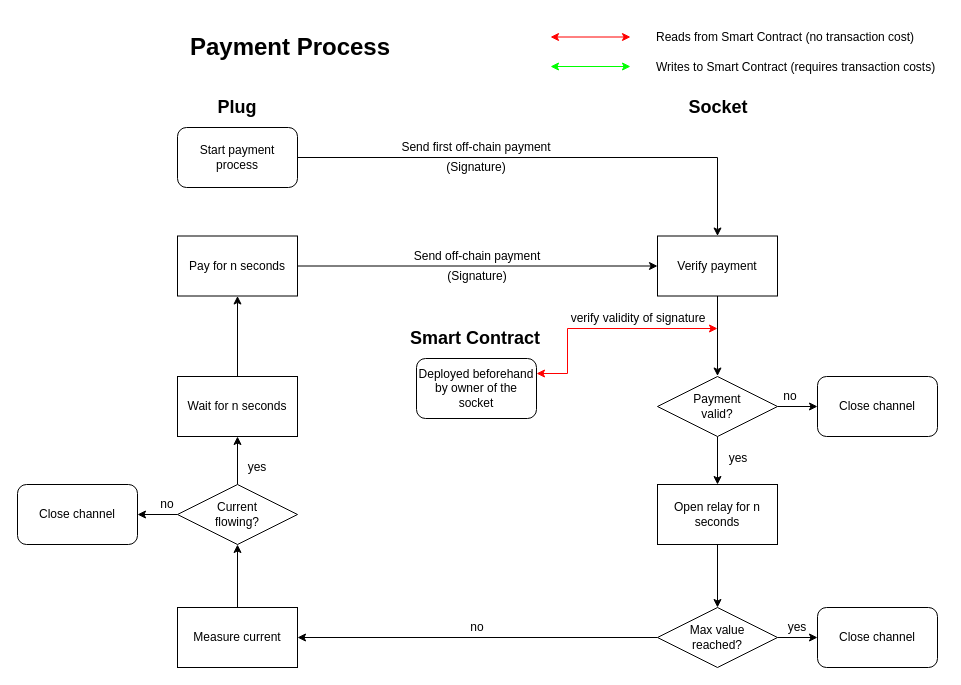
gretzke/Blockchain-Based-Smart-Outlet keeps this draw.io diagram as page "payment_process" (3 of 4) of flowcharts/Plug-Socket.drawio. Above is the earlier version. Source tidied: cells renumbered, new cells numbered last; positions are measured from the earlier drawing's top-left corner, leaving out a move shared by most shapes. Both pictures are drawn from the tidied source at 100%, with x=0, y=0 at pixel (17, 27).
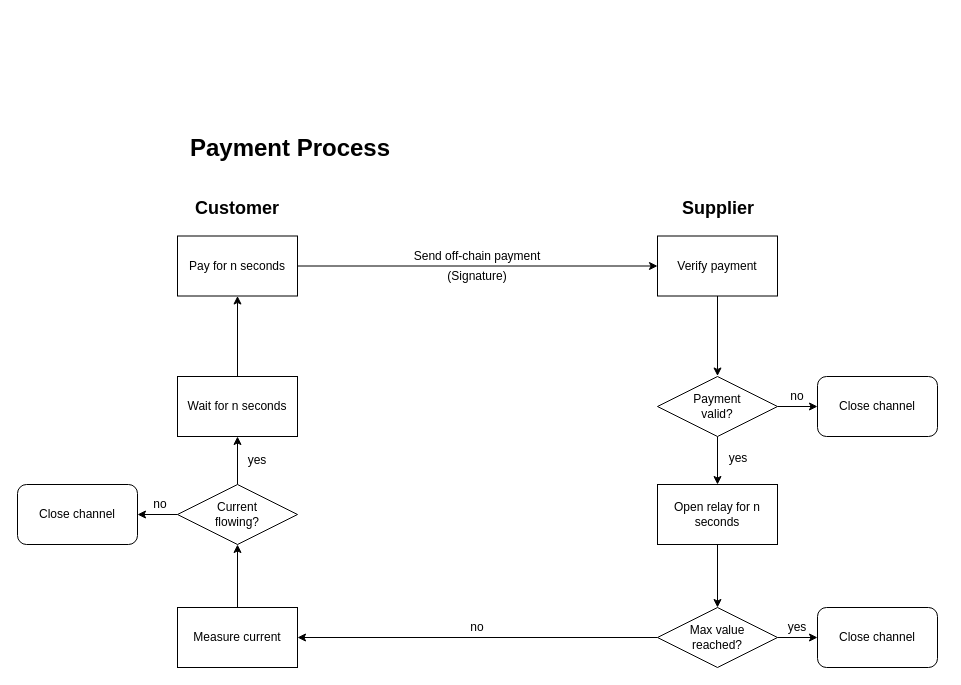
After the change.

The change refers to these unchanged cells:
```xml
<mxCell id="10" value="Verify payment" style="rounded=0;whiteSpace=wrap;html=1;" parent="1" vertex="1">
  <mxGeometry x="640" y="208.5" width="120" height="60" as="geometry" />
</mxCell>
```

The edit, as a diff of the source:
```diff
@@
-    <mxCell id="8" style="edgeStyle=orthogonalEdgeStyle;rounded=0;jettySize=auto;html=1;entryX=1;entryY=0.25;entryDx=0;entryDy=0;strokeColor=#FF0000;startArrow=classic;startFill=1;" parent="1" edge="1" target="15">
-      <mxGeometry relative="1" as="geometry">
-        <mxPoint x="700" y="301" as="sourcePoint" />
-        <Array as="points">
-          <mxPoint x="550" y="301" />
-          <mxPoint x="550" y="346" />
-        </Array>
-      </mxGeometry>
-    </mxCell>
@@
-    <mxCell id="12" value="&lt;b&gt;&lt;font style=&quot;font-size: 18px&quot;&gt;Plug&lt;/font&gt;&lt;/b&gt;&lt;br&gt;" style="text;html=1;strokeColor=none;fillColor=none;align=center;verticalAlign=middle;whiteSpace=wrap;rounded=0;" parent="1" vertex="1">
-      <mxGeometry x="200" y="70" width="40" height="20" as="geometry" />
+    <mxCell id="12" value="&lt;b&gt;&lt;font style=&quot;font-size: 18px&quot;&gt;Customer&lt;/font&gt;&lt;/b&gt;&lt;br&gt;" style="text;html=1;strokeColor=none;fillColor=none;align=center;verticalAlign=middle;whiteSpace=wrap;rounded=0;" parent="1" vertex="1">
+      <mxGeometry x="200" y="171" width="40" height="20" as="geometry" />
     </mxCell>
-    <mxCell id="13" style="edgeStyle=orthogonalEdgeStyle;rounded=0;jettySize=auto;html=1;exitX=1;exitY=0.5;exitDx=0;exitDy=0;entryX=0.5;entryY=0;entryDx=0;entryDy=0;strokeColor=#000000;" parent="1" edge="1" source="14" target="10">
-      <mxGeometry relative="1" as="geometry" />
-    </mxCell>
-    <mxCell id="14" value="Start payment process&lt;br&gt;" style="rounded=1;whiteSpace=wrap;html=1;" parent="1" vertex="1">
-      <mxGeometry x="160" y="100" width="120" height="60" as="geometry" />
-    </mxCell>
-    <mxCell id="15" value="Deployed beforehand by owner of the socket&lt;br&gt;" style="rounded=1;whiteSpace=wrap;html=1;" parent="1" vertex="1">
-      <mxGeometry x="399" y="331" width="120" height="60" as="geometry" />
-    </mxCell>
-    <mxCell id="16" value="&lt;font style=&quot;font-size: 18px&quot;&gt;&lt;b&gt;Smart Contract&lt;/b&gt;&lt;/font&gt;" style="text;html=1;strokeColor=none;fillColor=none;align=center;verticalAlign=middle;whiteSpace=wrap;rounded=0;" parent="1" vertex="1">
-      <mxGeometry x="383" y="301" width="150" height="20" as="geometry" />
-    </mxCell>
     <mxCell id="17" value="&lt;h1&gt;Payment Process&lt;/h1&gt;" style="text;html=1;strokeColor=none;fillColor=none;align=center;verticalAlign=middle;whiteSpace=wrap;rounded=0;" parent="1" vertex="1">
-      <mxGeometry x="160" y="10" width="226" height="20" as="geometry" />
+      <mxGeometry x="160" y="111" width="226" height="20" as="geometry" />
     </mxCell>
-    <mxCell id="18" value="verify validity of signature" style="text;html=1;strokeColor=none;fillColor=none;align=center;verticalAlign=middle;whiteSpace=wrap;rounded=0;" parent="1" vertex="1">
-      <mxGeometry x="546" y="281" width="150" height="20" as="geometry" />
-    </mxCell>
@@
-    <mxCell id="27" value="Send first off-chain payment" style="text;html=1;strokeColor=none;fillColor=none;align=center;verticalAlign=middle;whiteSpace=wrap;rounded=0;" parent="1" vertex="1">
-      <mxGeometry x="376" y="110" width="166" height="20" as="geometry" />
-    </mxCell>
-    <mxCell id="28" value="(Signature)" style="text;html=1;strokeColor=none;fillColor=none;align=center;verticalAlign=middle;whiteSpace=wrap;rounded=0;" parent="1" vertex="1">
-      <mxGeometry x="439" y="130" width="40" height="20" as="geometry" />
-    </mxCell>
@@
     <mxCell id="34" value="yes" style="text;html=1;strokeColor=none;fillColor=none;align=center;verticalAlign=middle;whiteSpace=wrap;rounded=0;" parent="1" vertex="1">
-      <mxGeometry x="220" y="430" width="40" height="20" as="geometry" />
+      <mxGeometry x="220" y="423" width="40" height="20" as="geometry" />
     </mxCell>
@@
     <mxCell id="40" value="no" style="text;html=1;strokeColor=none;fillColor=none;align=center;verticalAlign=middle;whiteSpace=wrap;rounded=0;" parent="1" vertex="1">
-      <mxGeometry x="130" y="467" width="40" height="20" as="geometry" />
+      <mxGeometry x="123" y="467" width="40" height="20" as="geometry" />
     </mxCell>
     <mxCell id="41" value="no" style="text;html=1;strokeColor=none;fillColor=none;align=center;verticalAlign=middle;whiteSpace=wrap;rounded=0;" parent="1" vertex="1">
-      <mxGeometry x="753" y="359" width="40" height="20" as="geometry" />
+      <mxGeometry x="760" y="359" width="40" height="20" as="geometry" />
     </mxCell>
-    <mxCell id="42" style="endArrow=classic;startArrow=classic;html=1;strokeColor=#FF0000;" parent="1" edge="1">
-      <mxGeometry relative="1" as="geometry">
-        <mxPoint x="533" y="9.5" as="sourcePoint" />
-        <mxPoint x="613" y="9.5" as="targetPoint" />
-      </mxGeometry>
-    </mxCell>
-    <mxCell id="43" style="endArrow=classic;startArrow=classic;html=1;strokeColor=#00FF00;" parent="1" edge="1">
-      <mxGeometry relative="1" as="geometry">
-        <mxPoint x="533" y="39" as="sourcePoint" />
-        <mxPoint x="613" y="39" as="targetPoint" />
-      </mxGeometry>
-    </mxCell>
-    <mxCell id="44" value="&lt;span&gt;Reads from Smart Contract (no transaction cost)&lt;/span&gt;" style="text;html=1;align=left;verticalAlign=top;spacingTop=-4;" parent="1" vertex="1">
-      <mxGeometry x="636.5" width="270" height="20" as="geometry" />
-    </mxCell>
-    <mxCell id="45" value="&lt;span&gt;Writes to Smart Contract (requires transaction costs)&lt;/span&gt;" style="text;html=1;align=left;verticalAlign=top;spacingTop=-4;" parent="1" vertex="1">
-      <mxGeometry x="636.5" y="30" width="290" height="20" as="geometry" />
-    </mxCell>
-    <mxCell id="46" value="&lt;b&gt;&lt;font style=&quot;font-size: 18px&quot;&gt;Socket&lt;/font&gt;&lt;/b&gt;&lt;br&gt;" style="text;html=1;strokeColor=none;fillColor=none;align=center;verticalAlign=middle;whiteSpace=wrap;rounded=0;" parent="1" vertex="1">
-      <mxGeometry x="681" y="70" width="40" height="20" as="geometry" />
+    <mxCell id="46" value="&lt;b&gt;&lt;font style=&quot;font-size: 18px&quot;&gt;Supplier&lt;/font&gt;&lt;/b&gt;&lt;br&gt;" style="text;html=1;strokeColor=none;fillColor=none;align=center;verticalAlign=middle;whiteSpace=wrap;rounded=0;" parent="1" vertex="1">
+      <mxGeometry x="681" y="171" width="40" height="20" as="geometry" />
     </mxCell>
```
